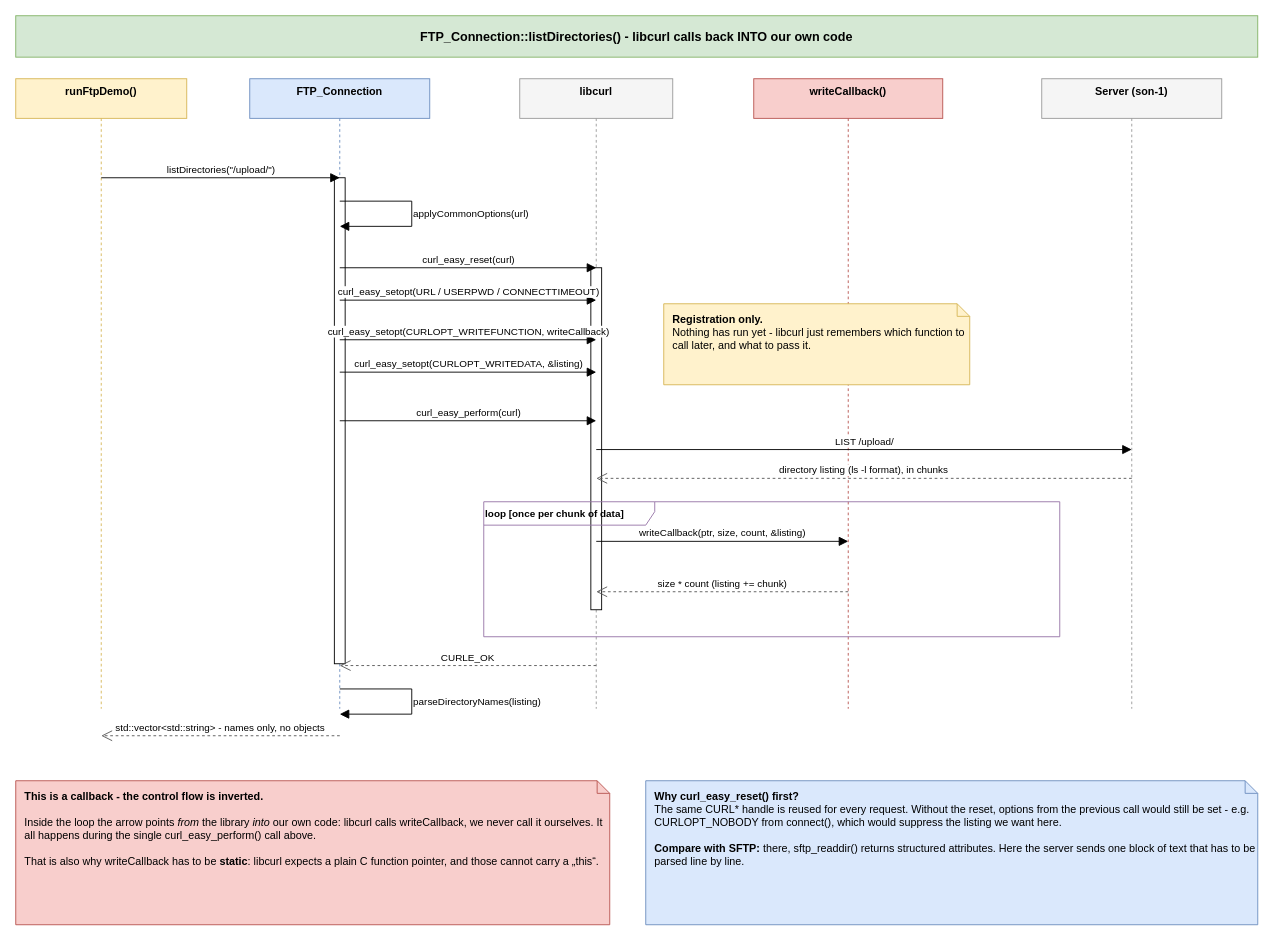
The draw.io diagram page "2 - FTP callback" (2 of 3) of Code/handout/diagrams/runtime_behaviour.drawio in FabriceFF/son-ftp.cs.hshl.org, before the edit. Source tidied: cells renumbered, new cells numbered last; positions are measured from the earlier drawing's top-left corner, leaving out a move shared by most shapes. Both pictures are drawn from the tidied source at 90%, with x=0, y=0 at pixel (15, 15).
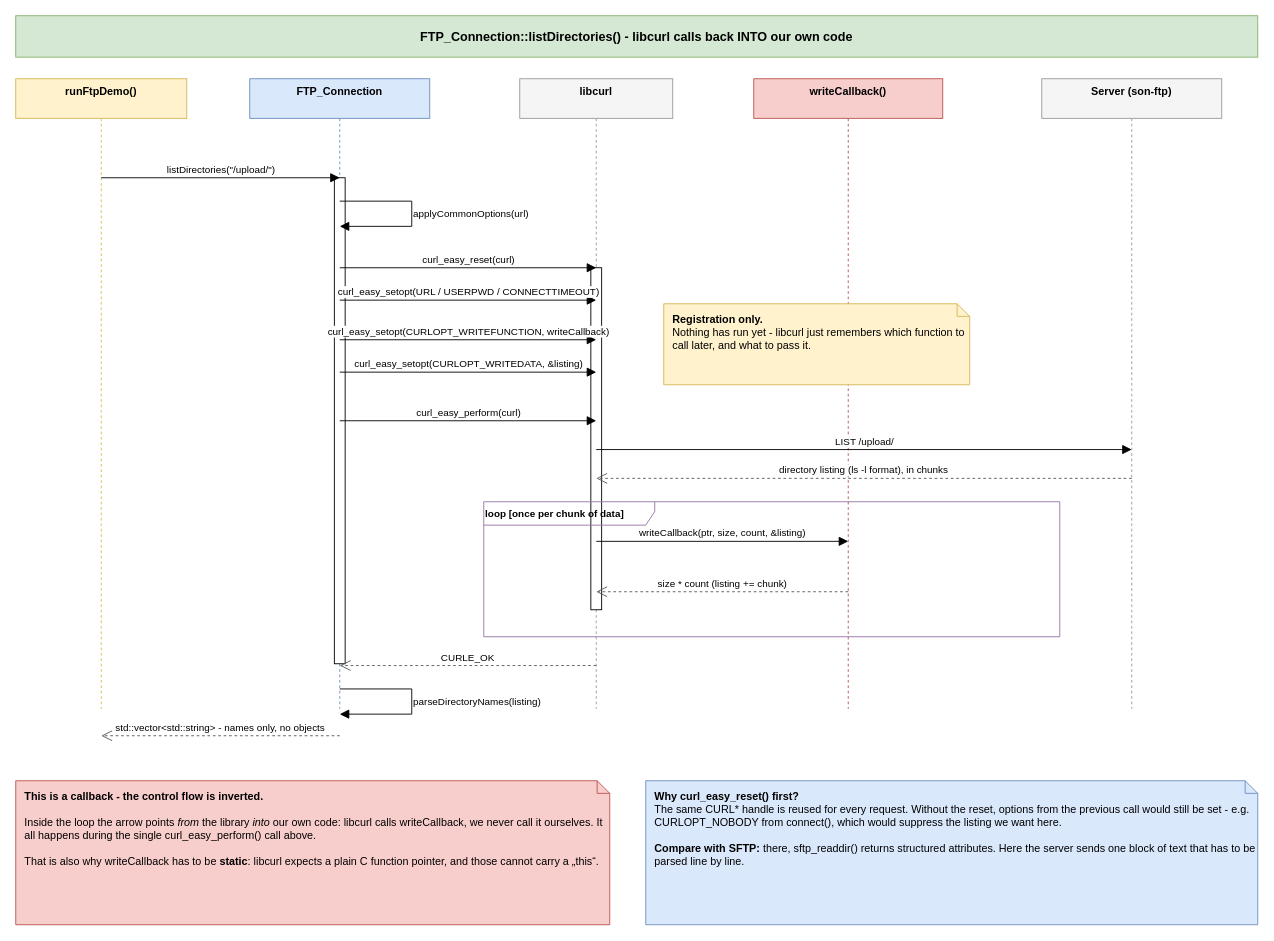
The same page after the edit.

Commit message (it also covers changes not shown here):
Migrate exercise server from son-1 to son-ftp

The edit, as a diff of the source:
```diff
@@
-    <mxCell id="7" value="Server (son-1)" style="shape=umlLifeline;perimeter=lifelinePerimeter;whiteSpace=wrap;html=1;size=44;fillColor=#f5f5f5;strokeColor=#999999;fontSize=12;fontStyle=1;verticalAlign=top;" parent="1" vertex="1">
+    <mxCell id="7" value="Server (son-ftp)" style="shape=umlLifeline;perimeter=lifelinePerimeter;whiteSpace=wrap;html=1;size=44;fillColor=#f5f5f5;strokeColor=#999999;fontSize=12;fontStyle=1;verticalAlign=top;" parent="1" vertex="1">
       <mxGeometry x="1140" y="70" width="200" height="700" as="geometry" />
     </mxCell>
```
